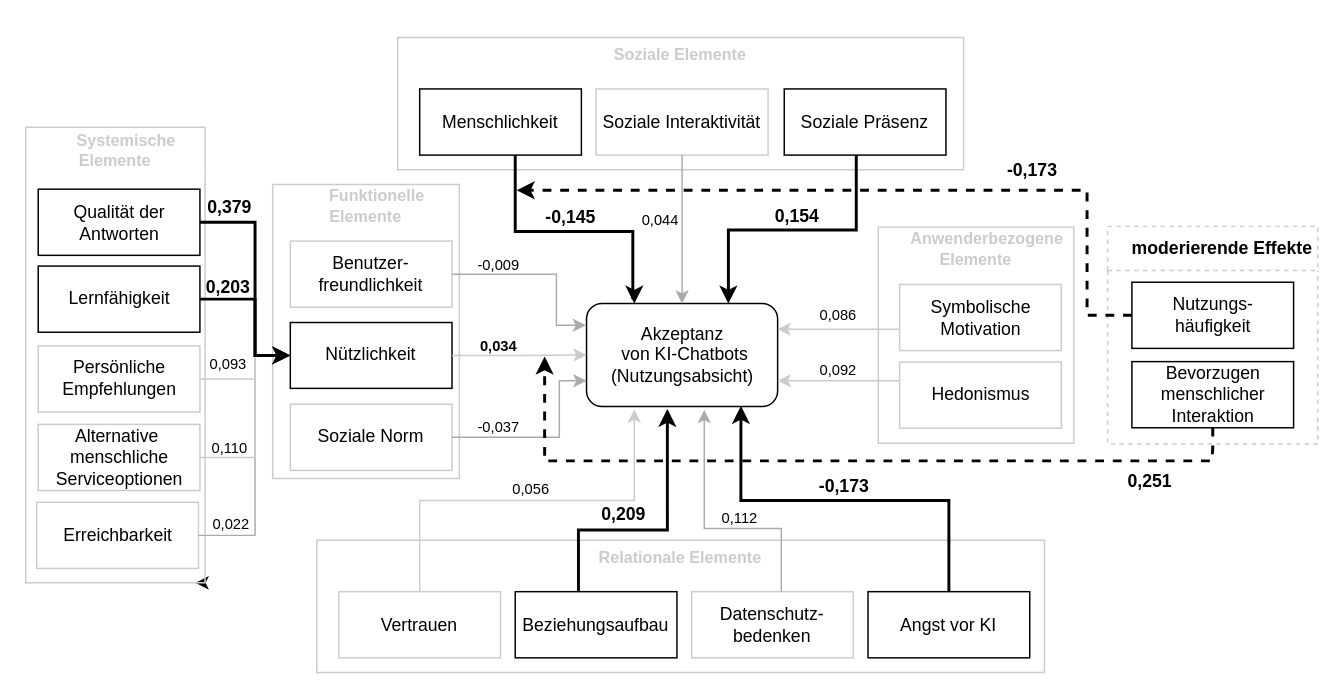
Before: page "Moderator" (6 of 6) of sRAM.drawio in Frododo12/Web-Technologie, a draw.io diagram. Source tidied: cells renumbered, new cells numbered last; positions are measured from the earlier drawing's top-left corner, leaving out a move shared by most shapes. Both pictures are drawn from the tidied source at 147%, with x=0, y=0 at pixel (25, 37).
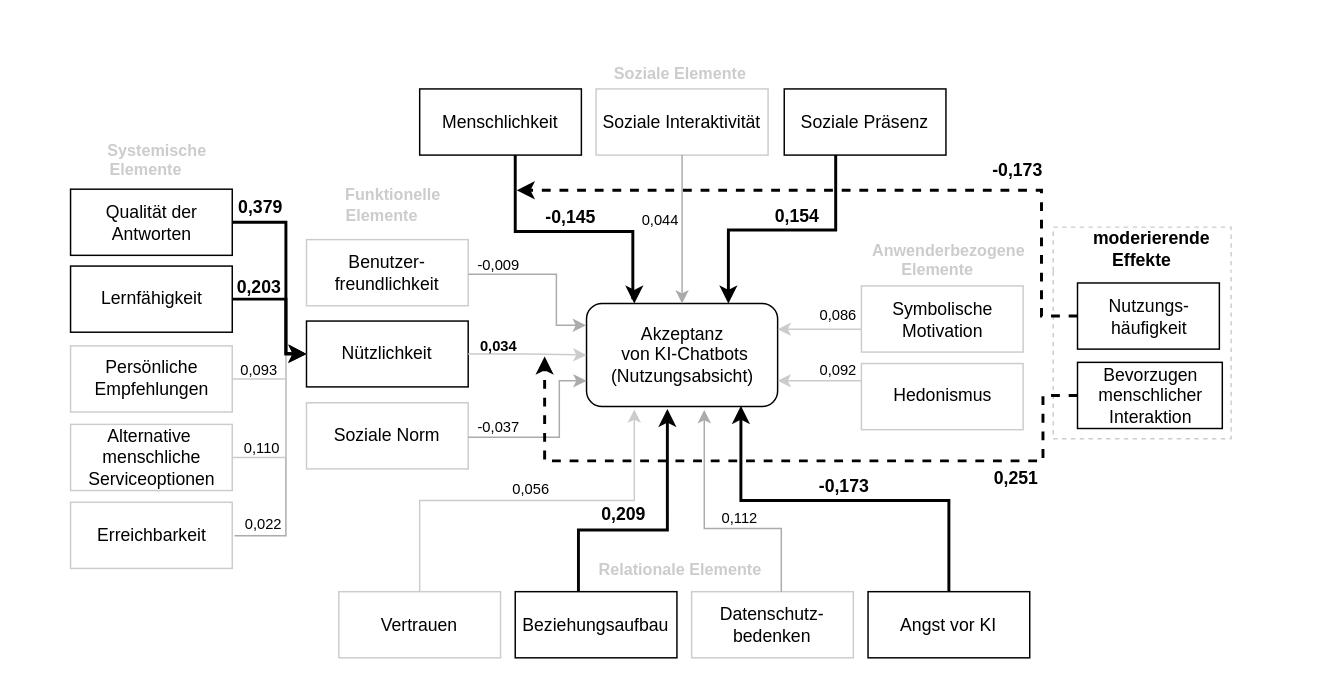
Above is the later version.

Unchanged cells that the change refers to:
```xml
<mxCell id="2" value="Akzeptanz&lt;br&gt;&amp;nbsp;von KI-Chatbots&lt;br&gt;(Nutzungsabsicht)" style="rounded=1;whiteSpace=wrap;html=1;glass=0;shadow=0;strokeWidth=1;" parent="1" vertex="1">
  <mxGeometry x="381.5" y="181" width="130" height="70" as="geometry" />
</mxCell>
<mxCell id="9" value="Nützlichkeit" style="rounded=0;whiteSpace=wrap;html=1;strokeColor=#000000;" parent="8" vertex="1">
  <mxGeometry x="12" y="93.9" width="110" height="44.8" as="geometry" />
</mxCell>
<mxCell id="14" value="Soziale Präsenz" style="rounded=0;whiteSpace=wrap;html=1;" parent="12" vertex="1">
  <mxGeometry x="263" y="35" width="110" height="45" as="geometry" />
</mxCell>
```

Diff of the diagram source:
```diff
@@
-    <mxCell id="3" value="&lt;font style=&quot;font-size: 11px;&quot;&gt;Relationale Elemente&lt;/font&gt;" style="swimlane;whiteSpace=wrap;html=1;fillColor=#FFFFFF;strokeColor=#CCCCCC;swimlaneLine=0;verticalAlign=middle;fontColor=#CCCCCC;" parent="1" vertex="1">
+    <mxCell id="3" value="&lt;font style=&quot;font-size: 11px;&quot;&gt;&lt;br&gt;Relationale Elemente&lt;/font&gt;" style="swimlane;whiteSpace=wrap;html=1;fillColor=#FFFFFF;strokeColor=none;swimlaneLine=0;verticalAlign=middle;fontColor=#CCCCCC;" parent="1" vertex="1">
       <mxGeometry x="198" y="342" width="495" height="90" as="geometry" />
     </mxCell>
@@
-    <mxCell id="8" value="&lt;font color=&quot;#cccccc&quot;&gt;&amp;nbsp; &amp;nbsp; &amp;nbsp;Funktionelle Elemente&lt;/font&gt;" style="swimlane;whiteSpace=wrap;html=1;fillColor=#FFFFFF;startSize=29;strokeColor=#CCCCCC;fontSize=11;swimlaneLine=0;" parent="1" vertex="1">
-      <mxGeometry x="168" y="100" width="127" height="200" as="geometry" />
+    <mxCell id="8" value="&lt;font color=&quot;#cccccc&quot;&gt;&amp;nbsp; &amp;nbsp; &amp;nbsp;Funktionelle Elemente&lt;/font&gt;" style="swimlane;whiteSpace=wrap;html=1;fillColor=#FFFFFF;startSize=29;strokeColor=none;fontSize=11;swimlaneLine=0;" parent="1" vertex="1">
+      <mxGeometry x="179" y="99" width="127" height="200" as="geometry" />
     </mxCell>
@@
-    <mxCell id="12" value="Soziale Elemente" style="swimlane;whiteSpace=wrap;html=1;fillColor=#FFFFFF;glass=0;shadow=0;strokeColor=#CCCCCC;fontSize=11;swimlaneLine=0;fontColor=#CCCCCC;" parent="1" vertex="1">
+    <mxCell id="12" value="&lt;br&gt;&lt;br&gt;Soziale Elemente" style="swimlane;whiteSpace=wrap;html=1;fillColor=#FFFFFF;glass=0;shadow=0;strokeColor=none;fontSize=11;swimlaneLine=0;fontColor=#CCCCCC;" parent="1" vertex="1">
       <mxGeometry x="253" width="385" height="90" as="geometry" />
     </mxCell>
@@
-    <mxCell id="16" value="&amp;nbsp; &amp;nbsp; &amp;nbsp;Anwenderbezogene&lt;br style=&quot;border-color: var(--border-color); font-size: 11px;&quot;&gt;Elemente" style="swimlane;whiteSpace=wrap;html=1;startSize=30;fillColor=#FFFFFF;strokeColor=#CCCCCC;fontSize=11;swimlaneLine=0;fontColor=#CCCCCC;" parent="1" vertex="1">
-      <mxGeometry x="580" y="129" width="133" height="147" as="geometry" />
+    <mxCell id="16" value="&lt;br&gt;&amp;nbsp; &amp;nbsp; &amp;nbsp;Anwenderbezogene&lt;br style=&quot;border-color: var(--border-color); font-size: 11px;&quot;&gt;Elemente" style="swimlane;whiteSpace=wrap;html=1;startSize=30;fillColor=#FFFFFF;strokeColor=none;fontSize=11;swimlaneLine=0;fontColor=#CCCCCC;" parent="1" vertex="1">
+      <mxGeometry x="554" y="130" width="133" height="147" as="geometry" />
     </mxCell>
@@
-    <mxCell id="19" style="edgeStyle=orthogonalEdgeStyle;rounded=0;jettySize=auto;html=1;exitX=1;exitY=1;exitDx=0;exitDy=0;" parent="1" edge="1" source="20">
-      <mxGeometry relative="1" as="geometry">
-        <mxPoint x="115.4" y="371.3" as="targetPoint" />
-      </mxGeometry>
-    </mxCell>
-    <mxCell id="20" value="&amp;nbsp; &amp;nbsp; &amp;nbsp;Systemische &lt;br style=&quot;font-size: 11px;&quot;&gt;Elemente" style="swimlane;whiteSpace=wrap;html=1;startSize=32;fillColor=#FFFFFF;strokeColor=#CCCCCC;fontSize=11;swimlaneLine=0;fontColor=#CCCCCC;" parent="1" vertex="1">
-      <mxGeometry y="61" width="122" height="310" as="geometry" />
+    <mxCell id="20" value="&lt;br&gt;&amp;nbsp; &amp;nbsp; &amp;nbsp;Systemische &lt;br style=&quot;font-size: 11px;&quot;&gt;Elemente" style="swimlane;whiteSpace=wrap;html=1;startSize=32;fillColor=#FFFFFF;strokeColor=none;fontSize=11;swimlaneLine=0;fontColor=#CCCCCC;" parent="1" vertex="1">
+      <mxGeometry x="21" y="61" width="122" height="310" as="geometry" />
     </mxCell>
     <mxCell id="21" value="Qualität der Antworten" style="rounded=0;whiteSpace=wrap;html=1;" parent="20" vertex="1">
-      <mxGeometry x="8.5" y="42.2" width="110" height="45" as="geometry" />
+      <mxGeometry x="9.5" y="42.2" width="110" height="45" as="geometry" />
     </mxCell>
     <mxCell id="22" value="Lernfähigkeit" style="rounded=0;whiteSpace=wrap;html=1;" parent="20" vertex="1">
-      <mxGeometry x="8.5" y="94.5" width="110" height="45" as="geometry" />
+      <mxGeometry x="9.5" y="94.5" width="110" height="45" as="geometry" />
     </mxCell>
     <mxCell id="23" value="Persönliche&lt;br&gt;Empfehlungen" style="rounded=0;whiteSpace=wrap;html=1;strokeColor=#CCCCCC;" parent="20" vertex="1">
-      <mxGeometry x="8.5" y="148.8" width="110" height="45" as="geometry" />
+      <mxGeometry x="9.5" y="148.8" width="110" height="45" as="geometry" />
     </mxCell>
     <mxCell id="24" value="Alternative&amp;nbsp;&lt;br&gt;menschliche Serviceoptionen" style="rounded=0;whiteSpace=wrap;html=1;strokeColor=#CCCCCC;" parent="20" vertex="1">
-      <mxGeometry x="8.5" y="202.2" width="110" height="45" as="geometry" />
+      <mxGeometry x="9.5" y="202.2" width="110" height="45" as="geometry" />
     </mxCell>
     <mxCell id="25" value="Erreichbarkeit" style="rounded=0;whiteSpace=wrap;html=1;strokeColor=#CCCCCC;" parent="20" vertex="1">
-      <mxGeometry x="7.5" y="255.2" width="110" height="45" as="geometry" />
+      <mxGeometry x="9.5" y="255.2" width="110" height="45" as="geometry" />
     </mxCell>
@@
     <mxCell id="30" style="edgeStyle=orthogonalEdgeStyle;rounded=0;jettySize=auto;html=1;strokeColor=#000000;strokeWidth=2;" parent="1" edge="1" source="14" target="2">
       <mxGeometry relative="1" as="geometry">
         <Array as="points">
-          <mxPoint x="565" y="131" />
+          <mxPoint x="551" y="131" />
           <mxPoint x="478" y="131" />
         </Array>
       </mxGeometry>
     </mxCell>
@@
-    <mxCell id="50" style="edgeStyle=orthogonalEdgeStyle;rounded=0;jettySize=auto;html=1;entryX=0;entryY=0.5;entryDx=0;entryDy=0;strokeColor=#ababab;" parent="1" edge="1" source="25" target="9">
+    <mxCell id="50" style="edgeStyle=orthogonalEdgeStyle;rounded=0;jettySize=auto;html=1;entryX=0;entryY=0.5;entryDx=0;entryDy=0;strokeColor=#ababab;exitX=0;exitY=1;exitDx=0;exitDy=0;" parent="1" edge="1" source="58" target="9">
       <mxGeometry relative="1" as="geometry">
         <Array as="points">
-          <mxPoint x="156" y="339" />
-          <mxPoint x="156" y="216" />
+          <mxPoint x="177" y="339" />
+          <mxPoint x="177" y="215" />
         </Array>
       </mxGeometry>
     </mxCell>
     <mxCell id="51" style="edgeStyle=orthogonalEdgeStyle;rounded=0;jettySize=auto;html=1;entryX=0;entryY=0.5;entryDx=0;entryDy=0;strokeColor=#CCCCCC;" parent="1" edge="1" source="24" target="9">
       <mxGeometry relative="1" as="geometry">
         <Array as="points">
-          <mxPoint x="156" y="286" />
-          <mxPoint x="156" y="216" />
+          <mxPoint x="177" y="286" />
+          <mxPoint x="177" y="215" />
         </Array>
       </mxGeometry>
     </mxCell>
     <mxCell id="52" style="edgeStyle=orthogonalEdgeStyle;rounded=0;jettySize=auto;html=1;entryX=0;entryY=0.5;entryDx=0;entryDy=0;strokeWidth=1;strokeColor=#CCCCCC;" parent="1" edge="1" source="23" target="9">
       <mxGeometry relative="1" as="geometry">
         <Array as="points">
-          <mxPoint x="156" y="232" />
-          <mxPoint x="156" y="216" />
+          <mxPoint x="177" y="232" />
+          <mxPoint x="177" y="215" />
         </Array>
       </mxGeometry>
     </mxCell>
     <mxCell id="53" style="edgeStyle=orthogonalEdgeStyle;rounded=0;jettySize=auto;html=1;entryX=0;entryY=0.5;entryDx=0;entryDy=0;strokeWidth=2;" parent="1" edge="1" source="22" target="9">
       <mxGeometry relative="1" as="geometry">
         <Array as="points">
-          <mxPoint x="156" y="178" />
-          <mxPoint x="156" y="216" />
+          <mxPoint x="177" y="178" />
+          <mxPoint x="177" y="215" />
+          <mxPoint x="178" y="215" />
         </Array>
       </mxGeometry>
     </mxCell>
     <mxCell id="54" style="edgeStyle=orthogonalEdgeStyle;rounded=0;jettySize=auto;html=1;entryX=0;entryY=0.5;entryDx=0;entryDy=0;strokeWidth=2;" parent="1" edge="1" source="21" target="9">
       <mxGeometry relative="1" as="geometry">
         <Array as="points">
-          <mxPoint x="156" y="126" />
-          <mxPoint x="156" y="216" />
+          <mxPoint x="177" y="126" />
+          <mxPoint x="177" y="215" />
         </Array>
       </mxGeometry>
     </mxCell>
     <mxCell id="55" value="&lt;font style=&quot;font-size: 12px;&quot;&gt;0,379&lt;/font&gt;" style="text;html=1;strokeColor=none;fillColor=none;align=center;verticalAlign=middle;whiteSpace=wrap;rounded=0;opacity=0;fontSize=12;fontStyle=1;" parent="1" vertex="1">
-      <mxGeometry x="118.5" y="103" width="40" height="25" as="geometry" />
+      <mxGeometry x="139.5" y="103" width="40" height="25" as="geometry" />
     </mxCell>
     <mxCell id="56" value="&lt;font style=&quot;font-size: 12px;&quot;&gt;0,203&lt;/font&gt;" style="text;html=1;strokeColor=none;fillColor=none;align=center;verticalAlign=middle;whiteSpace=wrap;rounded=0;opacity=0;fontSize=12;fontStyle=1;" parent="1" vertex="1">
-      <mxGeometry x="117.5" y="157" width="40" height="25" as="geometry" />
+      <mxGeometry x="138.5" y="157" width="40" height="25" as="geometry" />
     </mxCell>
     <mxCell id="57" value="&lt;font style=&quot;font-size: 10px;&quot;&gt;0,110&lt;/font&gt;" style="text;html=1;strokeColor=none;fillColor=none;align=center;verticalAlign=middle;whiteSpace=wrap;rounded=0;opacity=0;fontSize=20;" parent="1" vertex="1">
-      <mxGeometry x="119" y="262" width="40" height="25" as="geometry" />
+      <mxGeometry x="141" y="262" width="40" height="25" as="geometry" />
     </mxCell>
     <mxCell id="58" value="&lt;font style=&quot;font-size: 10px;&quot;&gt;0,022&lt;/font&gt;" style="text;html=1;strokeColor=none;fillColor=none;align=center;verticalAlign=middle;whiteSpace=wrap;rounded=0;opacity=0;fontSize=20;" parent="1" vertex="1">
-      <mxGeometry x="120" y="314" width="40" height="25" as="geometry" />
+      <mxGeometry x="142" y="314" width="40" height="25" as="geometry" />
     </mxCell>
     <mxCell id="59" value="&lt;font style=&quot;font-size: 10px;&quot;&gt;0,093&lt;/font&gt;" style="text;html=1;strokeColor=none;fillColor=none;align=center;verticalAlign=middle;whiteSpace=wrap;rounded=0;opacity=0;fontSize=10;fontStyle=0;" parent="1" vertex="1">
-      <mxGeometry x="117.5" y="209.8" width="40" height="25" as="geometry" />
+      <mxGeometry x="138.5" y="213" width="40" height="25" as="geometry" />
     </mxCell>
-    <mxCell id="60" value="&amp;nbsp; &amp;nbsp; moderierende Effekte" style="swimlane;whiteSpace=wrap;html=1;startSize=30;fillColor=#FFFFFF;dashed=1;strokeColor=#CCCCCC;" parent="1" vertex="1">
-      <mxGeometry x="736" y="128.5" width="143" height="148" as="geometry" />
+    <mxCell id="60" value="&amp;nbsp; &amp;nbsp; moderierende Effekte" style="swimlane;whiteSpace=wrap;html=1;startSize=30;fillColor=#FFFFFF;dashed=1;strokeColor=#CCCCCC;swimlaneLine=0;" parent="1" vertex="1">
+      <mxGeometry x="699" y="129" width="121" height="144" as="geometry" />
     </mxCell>
     <mxCell id="61" value="Bevorzugen menschlicher Interaktion" style="rounded=0;whiteSpace=wrap;html=1;strokeColor=#000000;" parent="60" vertex="1">
-      <mxGeometry x="16.5" y="92" width="110" height="45" as="geometry" />
+      <mxGeometry x="16.5" y="92" width="98.5" height="45" as="geometry" />
     </mxCell>
     <mxCell id="62" value="Nutzungs-&lt;br&gt;häufigkeit" style="rounded=0;whiteSpace=wrap;html=1;strokeColor=#000000;" parent="60" vertex="1">
-      <mxGeometry x="16.5" y="38" width="110" height="45" as="geometry" />
+      <mxGeometry x="16.5" y="38" width="96.5" height="45" as="geometry" />
     </mxCell>
-    <mxCell id="63" style="edgeStyle=orthogonalEdgeStyle;rounded=0;jettySize=auto;html=1;dashed=1;exitX=0.5;exitY=1;exitDx=0;exitDy=0;strokeWidth=2;" parent="1" edge="1" source="61">
+    <mxCell id="63" style="edgeStyle=orthogonalEdgeStyle;rounded=0;jettySize=auto;html=1;dashed=1;exitX=0;exitY=0.5;exitDx=0;exitDy=0;strokeWidth=2;" parent="1" edge="1" source="61">
       <mxGeometry relative="1" as="geometry">
         <mxPoint x="353" y="217" as="targetPoint" />
         <Array as="points">
-          <mxPoint x="808" y="279" />
-          <mxPoint x="807" y="288" />
-          <mxPoint x="310" y="288" />
+          <mxPoint x="692" y="244" />
+          <mxPoint x="692" y="288" />
+          <mxPoint x="353" y="288" />
         </Array>
       </mxGeometry>
     </mxCell>
     <mxCell id="64" value="0,251" style="text;html=1;strokeColor=none;fillColor=none;align=center;verticalAlign=middle;whiteSpace=wrap;rounded=0;opacity=0;fontStyle=1;fontSize=12;" parent="1" vertex="1">
-      <mxGeometry x="745" y="289" width="40" height="25" as="geometry" />
+      <mxGeometry x="654" y="287" width="40" height="25" as="geometry" />
     </mxCell>
     <mxCell id="65" style="edgeStyle=orthogonalEdgeStyle;rounded=0;jettySize=auto;html=1;dashed=1;exitX=0;exitY=0.5;exitDx=0;exitDy=0;strokeWidth=2;" parent="1" edge="1" source="62">
       <mxGeometry relative="1" as="geometry">
         <mxPoint x="334" y="103.9" as="targetPoint" />
         <Array as="points">
-          <mxPoint x="722" y="189" />
-          <mxPoint x="722" y="104" />
+          <mxPoint x="691" y="190" />
+          <mxPoint x="691" y="104" />
         </Array>
       </mxGeometry>
     </mxCell>
     <mxCell id="66" value="-0,173" style="text;html=1;strokeColor=none;fillColor=none;align=center;verticalAlign=middle;whiteSpace=wrap;rounded=0;opacity=0;fontStyle=1;fontSize=12;" parent="1" vertex="1">
-      <mxGeometry x="665" y="78" width="40" height="25" as="geometry" />
+      <mxGeometry x="655" y="78" width="40" height="25" as="geometry" />
     </mxCell>
```
